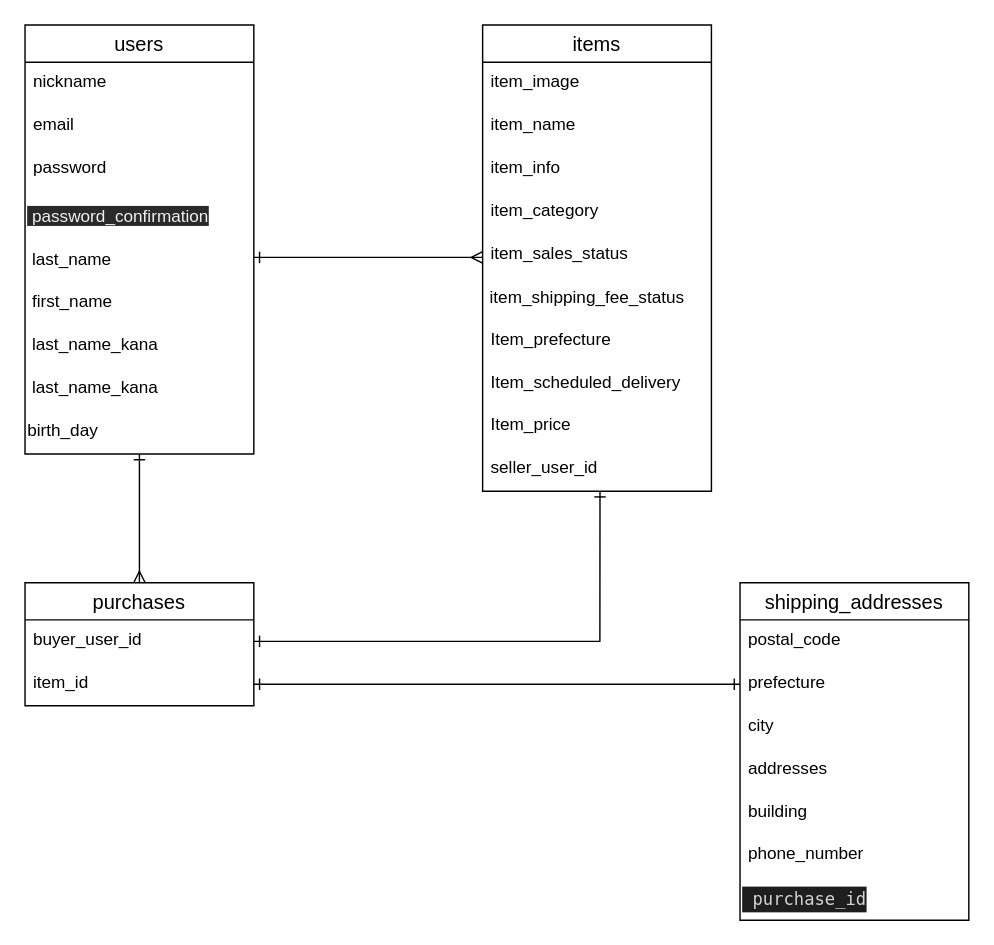
Before: er.dio in Lacia/furima-31977, a draw.io diagram. Source tidied: cells renumbered, new cells numbered last; positions are measured from the earlier drawing's top-left corner, leaving out a move shared by most shapes. Both pictures are drawn from the tidied source at 143%, with x=0, y=0 at pixel (24, 24).
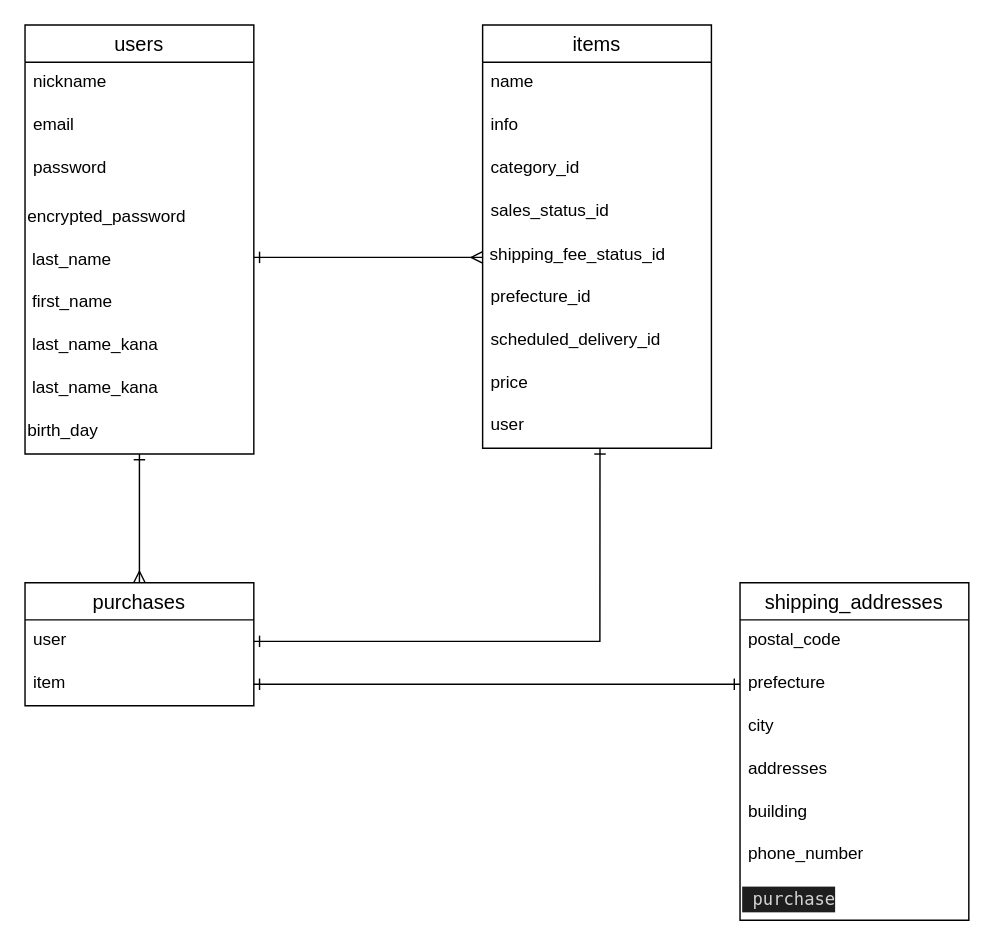
Above is the later version.

The change refers to these unchanged cells:
```xml
<mxCell id="2" value="users" style="swimlane;fontStyle=0;horizontal=1;startSize=26;align=center;fontSize=14;" parent="1" vertex="1">
  <mxGeometry width="160" height="300" as="geometry" />
</mxCell>
<mxCell id="23" value="shipping_addresses" style="swimlane;fontStyle=0;horizontal=1;startSize=26;align=center;fontSize=14;" parent="1" vertex="1">
  <mxGeometry x="500" y="390" width="160" height="236" as="geometry" />
</mxCell>
<mxCell id="31" value="purchases" style="swimlane;fontStyle=0;horizontal=1;startSize=26;align=center;fontSize=14;" parent="1" vertex="1">
  <mxGeometry y="390" width="160" height="86" as="geometry" />
</mxCell>
```

The edit, as a diff of the source:
```diff
@@
-    <mxCell id="6" value="&lt;span style=&quot;color: rgb(240 , 240 , 240) ; font-family: &amp;#34;helvetica&amp;#34; ; font-size: 12px ; font-style: normal ; font-weight: 400 ; letter-spacing: normal ; text-align: left ; text-indent: 0px ; text-transform: none ; word-spacing: 0px ; background-color: rgb(42 , 42 , 42) ; display: inline ; float: none&quot;&gt;&amp;nbsp;password_confirmation&lt;/span&gt;" style="text;whiteSpace=wrap;html=1;" parent="2" vertex="1">
+    <mxCell id="6" value="&lt;font face=&quot;helvetica&quot;&gt;encrypted_password&lt;/font&gt;" style="text;whiteSpace=wrap;html=1;" parent="2" vertex="1">
       <mxGeometry y="120" width="160" height="30" as="geometry" />
     </mxCell>
@@
     <mxCell id="12" value="items" style="swimlane;fontStyle=0;horizontal=1;startSize=26;align=center;fontSize=14;" parent="1" vertex="1">
-      <mxGeometry x="320" width="160" height="326" as="geometry" />
+      <mxGeometry x="320" width="160" height="296" as="geometry" />
     </mxCell>
-    <mxCell id="13" value="item_image" style="text;strokeColor=none;fillColor=none;spacingLeft=4;spacingRight=4;overflow=hidden;fontSize=12;" parent="12" vertex="1">
-      <mxGeometry y="26" width="160" height="30" as="geometry" />
-    </mxCell>
-    <mxCell id="14" value="item_name" style="text;strokeColor=none;fillColor=none;spacingLeft=4;spacingRight=4;overflow=hidden;fontSize=12;" parent="12" vertex="1">
-      <mxGeometry y="56" width="160" height="30" as="geometry" />
+    <mxCell id="14" value="name" style="text;strokeColor=none;fillColor=none;spacingLeft=4;spacingRight=4;overflow=hidden;fontSize=12;" parent="12" vertex="1">
+      <mxGeometry y="26" width="160" height="30" as="geometry" />
     </mxCell>
-    <mxCell id="15" value="item_info" style="text;strokeColor=none;fillColor=none;spacingLeft=4;spacingRight=4;overflow=hidden;fontSize=12;" parent="12" vertex="1">
-      <mxGeometry y="86" width="160" height="30" as="geometry" />
+    <mxCell id="15" value="info" style="text;strokeColor=none;fillColor=none;spacingLeft=4;spacingRight=4;overflow=hidden;fontSize=12;" parent="12" vertex="1">
+      <mxGeometry y="56" width="160" height="30" as="geometry" />
     </mxCell>
-    <mxCell id="16" value="item_category" style="text;strokeColor=none;fillColor=none;spacingLeft=4;spacingRight=4;overflow=hidden;fontSize=12;" parent="12" vertex="1">
-      <mxGeometry y="116" width="160" height="30" as="geometry" />
+    <mxCell id="16" value="category_id" style="text;strokeColor=none;fillColor=none;spacingLeft=4;spacingRight=4;overflow=hidden;fontSize=12;" parent="12" vertex="1">
+      <mxGeometry y="86" width="160" height="30" as="geometry" />
     </mxCell>
-    <mxCell id="17" value="item_sales_status" style="text;strokeColor=none;fillColor=none;spacingLeft=4;spacingRight=4;overflow=hidden;fontSize=12;" parent="12" vertex="1">
-      <mxGeometry y="146" width="160" height="30" as="geometry" />
+    <mxCell id="17" value="sales_status_id" style="text;strokeColor=none;fillColor=none;spacingLeft=4;spacingRight=4;overflow=hidden;fontSize=12;" parent="12" vertex="1">
+      <mxGeometry y="116" width="160" height="30" as="geometry" />
     </mxCell>
-    <mxCell id="18" value="&amp;nbsp;item_shipping_fee_status" style="text;html=1;strokeColor=none;fillColor=none;align=left;verticalAlign=middle;whiteSpace=wrap;rounded=0;" parent="12" vertex="1">
-      <mxGeometry y="176" width="160" height="30" as="geometry" />
+    <mxCell id="18" value="&amp;nbsp;shipping_fee_status_id" style="text;html=1;strokeColor=none;fillColor=none;align=left;verticalAlign=middle;whiteSpace=wrap;rounded=0;" parent="12" vertex="1">
+      <mxGeometry y="146" width="160" height="30" as="geometry" />
     </mxCell>
-    <mxCell id="19" value="Item_prefecture" style="text;strokeColor=none;fillColor=none;spacingLeft=4;spacingRight=4;overflow=hidden;fontSize=12;" parent="12" vertex="1">
-      <mxGeometry y="206" width="160" height="30" as="geometry" />
+    <mxCell id="19" value="prefecture_id" style="text;strokeColor=none;fillColor=none;spacingLeft=4;spacingRight=4;overflow=hidden;fontSize=12;" parent="12" vertex="1">
+      <mxGeometry y="176" width="160" height="30" as="geometry" />
     </mxCell>
-    <mxCell id="20" value="Item_scheduled_delivery" style="text;strokeColor=none;fillColor=none;spacingLeft=4;spacingRight=4;overflow=hidden;fontSize=12;" parent="12" vertex="1">
-      <mxGeometry y="236" width="160" height="30" as="geometry" />
+    <mxCell id="20" value="scheduled_delivery_id" style="text;strokeColor=none;fillColor=none;spacingLeft=4;spacingRight=4;overflow=hidden;fontSize=12;" parent="12" vertex="1">
+      <mxGeometry y="206" width="160" height="30" as="geometry" />
     </mxCell>
-    <mxCell id="21" value="Item_price" style="text;strokeColor=none;fillColor=none;spacingLeft=4;spacingRight=4;overflow=hidden;fontSize=12;" parent="12" vertex="1">
-      <mxGeometry y="266" width="160" height="30" as="geometry" />
+    <mxCell id="21" value="price" style="text;strokeColor=none;fillColor=none;spacingLeft=4;spacingRight=4;overflow=hidden;fontSize=12;" parent="12" vertex="1">
+      <mxGeometry y="236" width="160" height="30" as="geometry" />
     </mxCell>
-    <mxCell id="22" value="seller_user_id" style="text;strokeColor=none;fillColor=none;spacingLeft=4;spacingRight=4;overflow=hidden;points=[[0,0.5],[1,0.5]];portConstraint=eastwest;fontSize=12;" parent="12" vertex="1">
-      <mxGeometry y="296" width="160" height="30" as="geometry" />
+    <mxCell id="22" value="user" style="text;strokeColor=none;fillColor=none;spacingLeft=4;spacingRight=4;overflow=hidden;points=[[0,0.5],[1,0.5]];portConstraint=eastwest;fontSize=12;" parent="12" vertex="1">
+      <mxGeometry y="266" width="160" height="30" as="geometry" />
     </mxCell>
@@
-    <mxCell id="30" value="&lt;div style=&quot;color: rgb(212 , 212 , 212) ; background-color: rgb(30 , 30 , 30) ; font-family: &amp;#34;menlo&amp;#34; , &amp;#34;monaco&amp;#34; , &amp;#34;courier new&amp;#34; , monospace ; font-weight: normal ; font-size: 12px ; line-height: 18px&quot;&gt;&amp;nbsp;purchase_id&lt;/div&gt;" style="text;whiteSpace=wrap;html=1;" parent="23" vertex="1">
+    <mxCell id="30" value="&lt;div style=&quot;color: rgb(212 , 212 , 212) ; background-color: rgb(30 , 30 , 30) ; font-family: &amp;#34;menlo&amp;#34; , &amp;#34;monaco&amp;#34; , &amp;#34;courier new&amp;#34; , monospace ; font-weight: normal ; font-size: 12px ; line-height: 18px&quot;&gt;&amp;nbsp;purchase&lt;/div&gt;" style="text;whiteSpace=wrap;html=1;" parent="23" vertex="1">
       <mxGeometry y="206" width="160" height="30" as="geometry" />
     </mxCell>
@@
-    <mxCell id="32" value="buyer_user_id" style="text;strokeColor=none;fillColor=none;spacingLeft=4;spacingRight=4;overflow=hidden;points=[[0,0.5],[1,0.5]];portConstraint=eastwest;fontSize=12;" parent="31" vertex="1">
+    <mxCell id="32" value="user" style="text;strokeColor=none;fillColor=none;spacingLeft=4;spacingRight=4;overflow=hidden;points=[[0,0.5],[1,0.5]];portConstraint=eastwest;fontSize=12;" parent="31" vertex="1">
       <mxGeometry y="26" width="160" height="30" as="geometry" />
     </mxCell>
-    <mxCell id="33" value="item_id" style="text;strokeColor=none;fillColor=none;spacingLeft=4;spacingRight=4;overflow=hidden;points=[[0,0.5],[1,0.5]];portConstraint=eastwest;fontSize=12;" parent="31" vertex="1">
+    <mxCell id="33" value="item" style="text;strokeColor=none;fillColor=none;spacingLeft=4;spacingRight=4;overflow=hidden;points=[[0,0.5],[1,0.5]];portConstraint=eastwest;fontSize=12;" parent="31" vertex="1">
       <mxGeometry y="56" width="160" height="30" as="geometry" />
     </mxCell>
```
